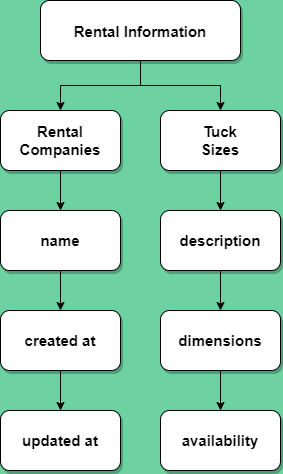
Above: Documents/design/Files_For_Byron/RentalInfo_Database.png in LP-76/load.in (draw.io), before the change. Source tidied: cells renumbered, new cells last; positions are measured from the earlier drawing's top-left corner, leaving out a move shared by most shapes. The source it was exported from:
```xml
<mxGraphModel background="#6DD1A1">
  <root>
    <mxCell id="0" />
    <mxCell id="1" parent="0" />
    <mxCell id="2" value="Rental Information" style="rounded=1;shadow=1;fontStyle=1;fontSize=15;fillColor=#FFFFFF;" parent="1" vertex="1">
      <mxGeometry x="40" width="200" height="60" as="geometry" />
    </mxCell>
    <mxCell id="3" style="edgeStyle=orthogonalEdgeStyle;rounded=0;jettySize=auto;html=1;exitX=0.5;exitY=1;exitDx=0;exitDy=0;" parent="1" edge="1" source="2" target="7">
      <mxGeometry relative="1" as="geometry" />
    </mxCell>
    <mxCell id="4" style="edgeStyle=orthogonalEdgeStyle;rounded=0;jettySize=auto;html=1;" parent="1" edge="1" source="5" target="10">
      <mxGeometry relative="1" as="geometry" />
    </mxCell>
    <mxCell id="5" value="Rental&lt;br&gt;Companies" style="whiteSpace=wrap;html=1;rounded=1;shadow=1;fontSize=15;fontStyle=1;fillColor=#FFFFFF;" parent="1" vertex="1">
      <mxGeometry y="110" width="120" height="60" as="geometry" />
    </mxCell>
    <mxCell id="6" style="edgeStyle=orthogonalEdgeStyle;rounded=0;jettySize=auto;html=1;" parent="1" edge="1" source="7" target="12">
      <mxGeometry relative="1" as="geometry" />
    </mxCell>
    <mxCell id="7" value="Tuck&lt;br&gt;Sizes" style="whiteSpace=wrap;html=1;rounded=1;shadow=1;fontSize=15;fontStyle=1;fillColor=#FFFFFF;" parent="1" vertex="1">
      <mxGeometry x="160" y="110" width="120" height="60" as="geometry" />
    </mxCell>
    <mxCell id="8" style="edgeStyle=orthogonalEdgeStyle;rounded=0;jettySize=auto;html=1;exitX=0.5;exitY=1;exitDx=0;exitDy=0;entryX=0.5;entryY=0;entryDx=0;entryDy=0;" parent="1" edge="1" source="2" target="5">
      <mxGeometry relative="1" as="geometry" />
    </mxCell>
    <mxCell id="9" style="edgeStyle=orthogonalEdgeStyle;rounded=0;jettySize=auto;html=1;" parent="1" edge="1" source="10" target="14">
      <mxGeometry relative="1" as="geometry" />
    </mxCell>
    <mxCell id="10" value="name" style="whiteSpace=wrap;html=1;rounded=1;shadow=1;fontSize=15;fontStyle=1;fillColor=#FFFFFF;" parent="1" vertex="1">
      <mxGeometry y="210" width="120" height="60" as="geometry" />
    </mxCell>
    <mxCell id="11" style="edgeStyle=orthogonalEdgeStyle;rounded=0;jettySize=auto;html=1;" parent="1" edge="1" source="12" target="16">
      <mxGeometry relative="1" as="geometry" />
    </mxCell>
    <mxCell id="12" value="description" style="whiteSpace=wrap;html=1;rounded=1;shadow=1;fontSize=15;fontStyle=1;fillColor=#FFFFFF;" parent="1" vertex="1">
      <mxGeometry x="160" y="210" width="120" height="60" as="geometry" />
    </mxCell>
    <mxCell id="13" style="edgeStyle=orthogonalEdgeStyle;rounded=0;jettySize=auto;html=1;" parent="1" edge="1" source="14" target="17">
      <mxGeometry relative="1" as="geometry" />
    </mxCell>
    <mxCell id="14" value="created at" style="whiteSpace=wrap;html=1;rounded=1;shadow=1;fontSize=15;fontStyle=1;fillColor=#FFFFFF;" parent="1" vertex="1">
      <mxGeometry y="310" width="120" height="60" as="geometry" />
    </mxCell>
    <mxCell id="15" style="edgeStyle=orthogonalEdgeStyle;rounded=0;jettySize=auto;html=1;" parent="1" edge="1" source="16" target="18">
      <mxGeometry relative="1" as="geometry" />
    </mxCell>
    <mxCell id="16" value="dimensions" style="whiteSpace=wrap;html=1;rounded=1;shadow=1;fontSize=15;fontStyle=1;fillColor=#FFFFFF;" parent="1" vertex="1">
      <mxGeometry x="160" y="310" width="120" height="60" as="geometry" />
    </mxCell>
    <mxCell id="17" value="updated at" style="whiteSpace=wrap;html=1;rounded=1;shadow=1;fontSize=15;fontStyle=1;fillColor=#FFFFFF;" parent="1" vertex="1">
      <mxGeometry y="410" width="120" height="60" as="geometry" />
    </mxCell>
    <mxCell id="18" value="availability" style="whiteSpace=wrap;html=1;rounded=1;shadow=1;fontSize=15;fontStyle=1;fillColor=#FFFFFF;" parent="1" vertex="1">
      <mxGeometry x="160" y="410" width="120" height="60" as="geometry" />
    </mxCell>
  </root>
</mxGraphModel>
```
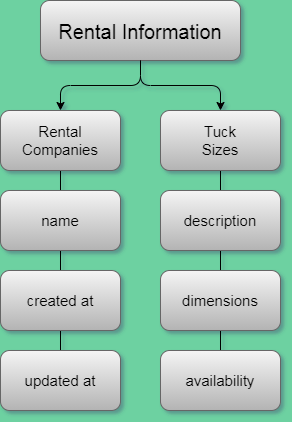
Above is the later version.

Diff of the diagram source:
```diff
@@ -1,57 +1,57 @@
-<mxGraphModel background="#6DD1A1">
+<mxGraphModel background="#6DD1A1" shadow="1">
   <root>
     <mxCell id="0" />
     <mxCell id="1" parent="0" />
-    <mxCell id="2" value="Rental Information" style="rounded=1;shadow=1;fontStyle=1;fontSize=15;fillColor=#FFFFFF;" parent="1" vertex="1">
+    <mxCell id="2" value="Rental Information" style="fontSize=20;fillColor=#f5f5f5;strokeColor=#666666;gradientColor=#b3b3b3;rounded=1;" parent="1" vertex="1">
       <mxGeometry x="40" width="200" height="60" as="geometry" />
     </mxCell>
-    <mxCell id="3" style="edgeStyle=orthogonalEdgeStyle;rounded=0;jettySize=auto;html=1;exitX=0.5;exitY=1;exitDx=0;exitDy=0;" parent="1" edge="1" source="2" target="7">
+    <mxCell id="3" style="edgeStyle=orthogonalEdgeStyle;jettySize=auto;html=1;exitX=0.5;exitY=1;exitDx=0;exitDy=0;" parent="1" edge="1" source="2" target="7">
       <mxGeometry relative="1" as="geometry" />
     </mxCell>
-    <mxCell id="4" style="edgeStyle=orthogonalEdgeStyle;rounded=0;jettySize=auto;html=1;" parent="1" edge="1" source="5" target="10">
+    <mxCell id="4" style="edgeStyle=orthogonalEdgeStyle;jettySize=auto;html=1;endArrow=none;endFill=0;" parent="1" edge="1" source="5" target="10">
       <mxGeometry relative="1" as="geometry" />
     </mxCell>
-    <mxCell id="5" value="Rental&lt;br&gt;Companies" style="whiteSpace=wrap;html=1;rounded=1;shadow=1;fontSize=15;fontStyle=1;fillColor=#FFFFFF;" parent="1" vertex="1">
+    <mxCell id="5" value="Rental&lt;br style=&quot;font-size: 15px;&quot;&gt;Companies" style="whiteSpace=wrap;html=1;fontSize=15;fillColor=#f5f5f5;strokeColor=#666666;gradientColor=#b3b3b3;rounded=1;" parent="1" vertex="1">
       <mxGeometry y="110" width="120" height="60" as="geometry" />
     </mxCell>
-    <mxCell id="6" style="edgeStyle=orthogonalEdgeStyle;rounded=0;jettySize=auto;html=1;" parent="1" edge="1" source="7" target="12">
+    <mxCell id="6" style="edgeStyle=orthogonalEdgeStyle;jettySize=auto;html=1;endFill=0;endArrow=none;" parent="1" edge="1" source="7" target="12">
       <mxGeometry relative="1" as="geometry" />
     </mxCell>
-    <mxCell id="7" value="Tuck&lt;br&gt;Sizes" style="whiteSpace=wrap;html=1;rounded=1;shadow=1;fontSize=15;fontStyle=1;fillColor=#FFFFFF;" parent="1" vertex="1">
+    <mxCell id="7" value="Tuck&lt;br&gt;Sizes" style="whiteSpace=wrap;html=1;fontSize=15;fillColor=#f5f5f5;strokeColor=#666666;gradientColor=#b3b3b3;rounded=1;" parent="1" vertex="1">
       <mxGeometry x="160" y="110" width="120" height="60" as="geometry" />
     </mxCell>
-    <mxCell id="8" style="edgeStyle=orthogonalEdgeStyle;rounded=0;jettySize=auto;html=1;exitX=0.5;exitY=1;exitDx=0;exitDy=0;entryX=0.5;entryY=0;entryDx=0;entryDy=0;" parent="1" edge="1" source="2" target="5">
+    <mxCell id="8" style="edgeStyle=orthogonalEdgeStyle;jettySize=auto;html=1;exitX=0.5;exitY=1;exitDx=0;exitDy=0;entryX=0.5;entryY=0;entryDx=0;entryDy=0;" parent="1" edge="1" source="2" target="5">
       <mxGeometry relative="1" as="geometry" />
     </mxCell>
-    <mxCell id="9" style="edgeStyle=orthogonalEdgeStyle;rounded=0;jettySize=auto;html=1;" parent="1" edge="1" source="10" target="14">
+    <mxCell id="9" style="edgeStyle=orthogonalEdgeStyle;jettySize=auto;html=1;endFill=0;endArrow=none;" parent="1" edge="1" source="10" target="14">
       <mxGeometry relative="1" as="geometry" />
     </mxCell>
-    <mxCell id="10" value="name" style="whiteSpace=wrap;html=1;rounded=1;shadow=1;fontSize=15;fontStyle=1;fillColor=#FFFFFF;" parent="1" vertex="1">
-      <mxGeometry y="210" width="120" height="60" as="geometry" />
+    <mxCell id="10" value="name" style="whiteSpace=wrap;html=1;fontSize=15;fillColor=#f5f5f5;strokeColor=#666666;gradientColor=#b3b3b3;rounded=1;" parent="1" vertex="1">
+      <mxGeometry y="190" width="120" height="60" as="geometry" />
     </mxCell>
-    <mxCell id="11" style="edgeStyle=orthogonalEdgeStyle;rounded=0;jettySize=auto;html=1;" parent="1" edge="1" source="12" target="16">
+    <mxCell id="11" style="edgeStyle=orthogonalEdgeStyle;jettySize=auto;html=1;endFill=0;endArrow=none;" parent="1" edge="1" source="12" target="16">
       <mxGeometry relative="1" as="geometry" />
     </mxCell>
-    <mxCell id="12" value="description" style="whiteSpace=wrap;html=1;rounded=1;shadow=1;fontSize=15;fontStyle=1;fillColor=#FFFFFF;" parent="1" vertex="1">
-      <mxGeometry x="160" y="210" width="120" height="60" as="geometry" />
+    <mxCell id="12" value="description" style="whiteSpace=wrap;html=1;fontSize=15;fillColor=#f5f5f5;strokeColor=#666666;gradientColor=#b3b3b3;rounded=1;" parent="1" vertex="1">
+      <mxGeometry x="160" y="190" width="120" height="60" as="geometry" />
     </mxCell>
-    <mxCell id="13" style="edgeStyle=orthogonalEdgeStyle;rounded=0;jettySize=auto;html=1;" parent="1" edge="1" source="14" target="17">
+    <mxCell id="13" style="edgeStyle=orthogonalEdgeStyle;jettySize=auto;html=1;endFill=0;endArrow=none;" parent="1" edge="1" source="14" target="17">
       <mxGeometry relative="1" as="geometry" />
     </mxCell>
-    <mxCell id="14" value="created at" style="whiteSpace=wrap;html=1;rounded=1;shadow=1;fontSize=15;fontStyle=1;fillColor=#FFFFFF;" parent="1" vertex="1">
-      <mxGeometry y="310" width="120" height="60" as="geometry" />
+    <mxCell id="14" value="created at" style="whiteSpace=wrap;html=1;fontSize=15;fillColor=#f5f5f5;strokeColor=#666666;gradientColor=#b3b3b3;rounded=1;" parent="1" vertex="1">
+      <mxGeometry y="270" width="120" height="60" as="geometry" />
     </mxCell>
-    <mxCell id="15" style="edgeStyle=orthogonalEdgeStyle;rounded=0;jettySize=auto;html=1;" parent="1" edge="1" source="16" target="18">
+    <mxCell id="15" style="edgeStyle=orthogonalEdgeStyle;jettySize=auto;html=1;endFill=0;endArrow=none;" parent="1" edge="1" source="16" target="18">
       <mxGeometry relative="1" as="geometry" />
     </mxCell>
-    <mxCell id="16" value="dimensions" style="whiteSpace=wrap;html=1;rounded=1;shadow=1;fontSize=15;fontStyle=1;fillColor=#FFFFFF;" parent="1" vertex="1">
-      <mxGeometry x="160" y="310" width="120" height="60" as="geometry" />
+    <mxCell id="16" value="dimensions" style="whiteSpace=wrap;html=1;fontSize=15;fillColor=#f5f5f5;strokeColor=#666666;gradientColor=#b3b3b3;rounded=1;" parent="1" vertex="1">
+      <mxGeometry x="160" y="270" width="120" height="60" as="geometry" />
     </mxCell>
-    <mxCell id="17" value="updated at" style="whiteSpace=wrap;html=1;rounded=1;shadow=1;fontSize=15;fontStyle=1;fillColor=#FFFFFF;" parent="1" vertex="1">
-      <mxGeometry y="410" width="120" height="60" as="geometry" />
+    <mxCell id="17" value="updated at" style="whiteSpace=wrap;html=1;fontSize=15;fillColor=#f5f5f5;strokeColor=#666666;gradientColor=#b3b3b3;rounded=1;" parent="1" vertex="1">
+      <mxGeometry y="350" width="120" height="60" as="geometry" />
     </mxCell>
-    <mxCell id="18" value="availability" style="whiteSpace=wrap;html=1;rounded=1;shadow=1;fontSize=15;fontStyle=1;fillColor=#FFFFFF;" parent="1" vertex="1">
-      <mxGeometry x="160" y="410" width="120" height="60" as="geometry" />
+    <mxCell id="18" value="availability" style="whiteSpace=wrap;html=1;fontSize=15;fillColor=#f5f5f5;strokeColor=#666666;gradientColor=#b3b3b3;rounded=1;" parent="1" vertex="1">
+      <mxGeometry x="160" y="350" width="120" height="60" as="geometry" />
     </mxCell>
   </root>
 </mxGraphModel>
```
